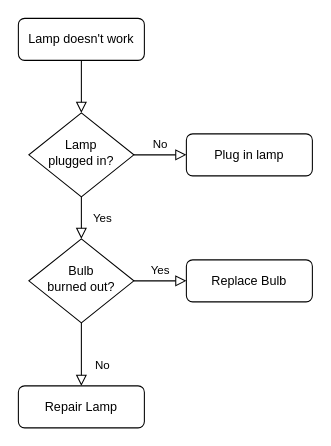
Above: Untitled Diagram.drawio in neel045/acme-rockets (draw.io), before the change. Source tidied: cells renumbered, new cells numbered last; positions are measured from the earlier drawing's top-left corner, leaving out a move shared by most shapes. Both pictures are drawn from the tidied source at 105%, with x=0, y=0 at pixel (18, 18).
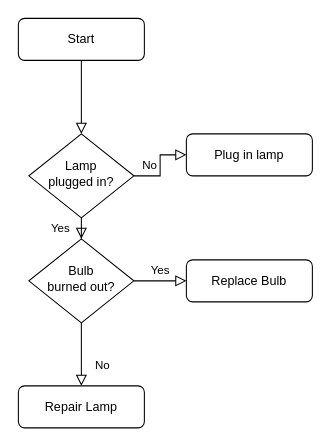
The same page after the edit.

Diff of the diagram source:
```diff
@@
 <mxGraphModel>
   <root>
     <mxCell id="0" />
     <mxCell id="1" parent="0" />
     <mxCell id="2" style="rounded=0;html=1;jettySize=auto;fontSize=11;endArrow=block;endFill=0;endSize=8;strokeWidth=1;shadow=0;labelBackgroundColor=none;edgeStyle=orthogonalEdgeStyle;" parent="1" edge="1" source="3" target="6">
       <mxGeometry relative="1" as="geometry" />
     </mxCell>
-    <mxCell id="3" value="Lamp doesn't work" style="rounded=1;whiteSpace=wrap;html=1;fontSize=12;glass=0;strokeWidth=1;shadow=0;" parent="1" vertex="1">
+    <mxCell id="3" value="Start" style="rounded=1;whiteSpace=wrap;html=1;fontSize=12;glass=0;strokeWidth=1;shadow=0;" parent="1" vertex="1">
       <mxGeometry width="120" height="40" as="geometry" />
     </mxCell>
     <mxCell id="4" value="Yes" style="rounded=0;html=1;jettySize=auto;fontSize=11;endArrow=block;endFill=0;endSize=8;strokeWidth=1;shadow=0;labelBackgroundColor=none;edgeStyle=orthogonalEdgeStyle;" parent="1" edge="1" source="6" target="10">
       <mxGeometry y="20" relative="1" as="geometry" />
     </mxCell>
     <mxCell id="5" value="No" style="edgeStyle=orthogonalEdgeStyle;rounded=0;html=1;jettySize=auto;fontSize=11;endArrow=block;endFill=0;endSize=8;strokeWidth=1;shadow=0;labelBackgroundColor=none;" parent="1" edge="1" source="6" target="7">
       <mxGeometry y="10" relative="1" as="geometry" />
     </mxCell>
     <mxCell id="6" value="Lamp&lt;br&gt;plugged in?" style="rhombus;whiteSpace=wrap;html=1;shadow=0;fontFamily=Helvetica;fontSize=12;align=center;strokeWidth=1;spacing=6;spacingTop=-4;" parent="1" vertex="1">
-      <mxGeometry x="10" y="90" width="100" height="80" as="geometry" />
+      <mxGeometry x="10" y="110" width="100" height="80" as="geometry" />
     </mxCell>
     <mxCell id="7" value="Plug in lamp" style="rounded=1;whiteSpace=wrap;html=1;fontSize=12;glass=0;strokeWidth=1;shadow=0;" parent="1" vertex="1">
       <mxGeometry x="160" y="110" width="120" height="40" as="geometry" />
     </mxCell>
     <mxCell id="8" value="No" style="rounded=0;html=1;jettySize=auto;fontSize=11;endArrow=block;endFill=0;endSize=8;strokeWidth=1;shadow=0;labelBackgroundColor=none;edgeStyle=orthogonalEdgeStyle;" parent="1" edge="1" source="10" target="11">
       <mxGeometry x="0.33" y="20" relative="1" as="geometry" />
     </mxCell>
     <mxCell id="9" value="Yes" style="edgeStyle=orthogonalEdgeStyle;rounded=0;html=1;jettySize=auto;fontSize=11;endArrow=block;endFill=0;endSize=8;strokeWidth=1;shadow=0;labelBackgroundColor=none;" parent="1" edge="1" source="10" target="12">
       <mxGeometry y="10" relative="1" as="geometry" />
     </mxCell>
     <mxCell id="10" value="Bulb&lt;br&gt;burned out?" style="rhombus;whiteSpace=wrap;html=1;shadow=0;fontFamily=Helvetica;fontSize=12;align=center;strokeWidth=1;spacing=6;spacingTop=-4;" parent="1" vertex="1">
       <mxGeometry x="10" y="210" width="100" height="80" as="geometry" />
     </mxCell>
     <mxCell id="11" value="Repair Lamp" style="rounded=1;whiteSpace=wrap;html=1;fontSize=12;glass=0;strokeWidth=1;shadow=0;" parent="1" vertex="1">
       <mxGeometry y="350" width="120" height="40" as="geometry" />
     </mxCell>
     <mxCell id="12" value="Replace Bulb" style="rounded=1;whiteSpace=wrap;html=1;fontSize=12;glass=0;strokeWidth=1;shadow=0;" parent="1" vertex="1">
       <mxGeometry x="160" y="230" width="120" height="40" as="geometry" />
     </mxCell>
   </root>
 </mxGraphModel>
```
